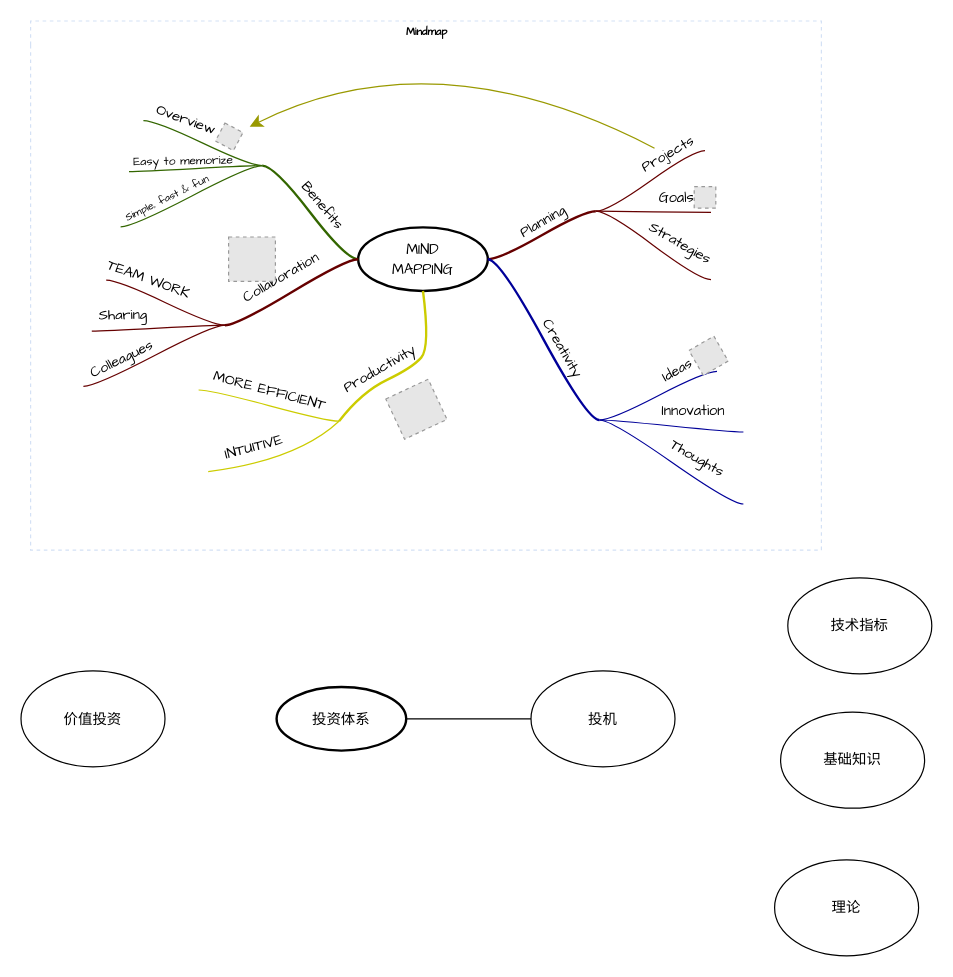
This is 未命名绘图.drawio from nyuehe/drawio-storage, a draw.io file, before an edit. Source tidied: cells renumbered, new cells numbered last; positions are measured from the earlier drawing's top-left corner, leaving out a move shared by most shapes. Both pictures are drawn from the tidied source at 120%, with x=0, y=0 at pixel (20, 20). Pictures stored in the file or linked from it are replaced by grey dashed boxes.
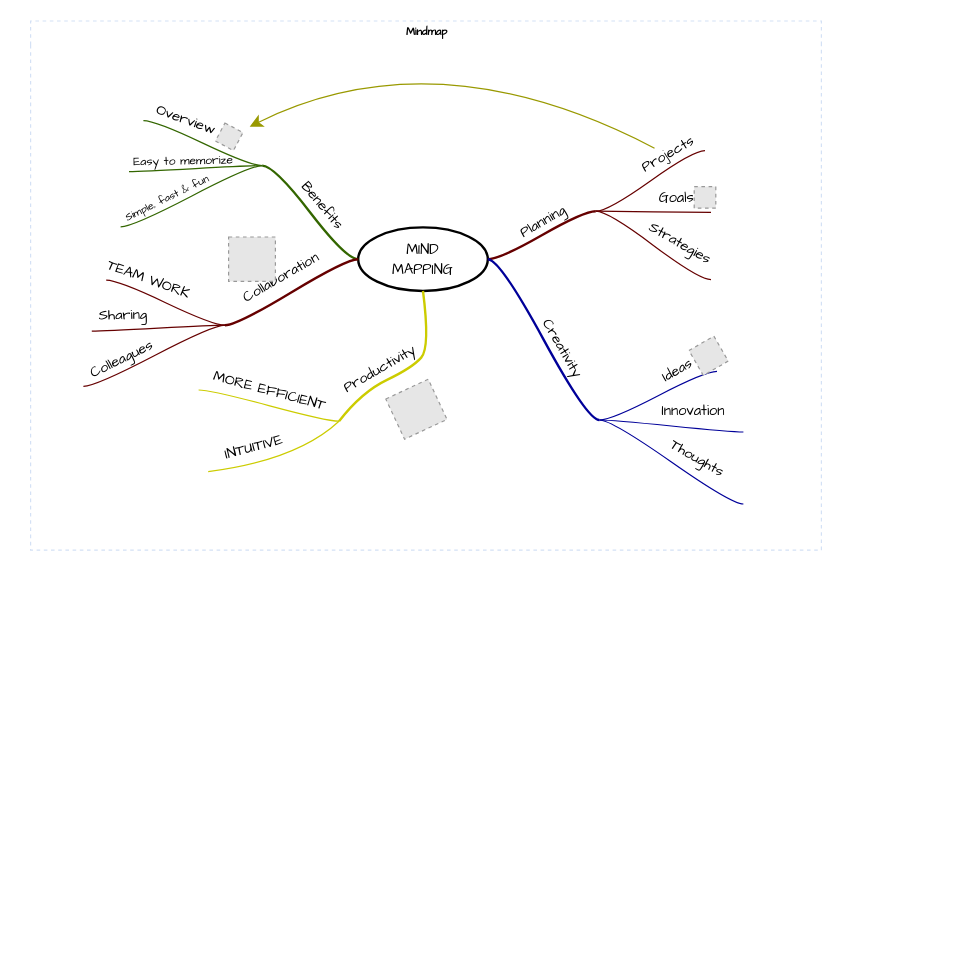
Above is the later version.

Commit message:
更新未命名绘图.drawio

The edit, as a diff of the source:
```diff
@@
-    <mxCell id="72" value="&lt;font face=&quot;Comic Sans MS&quot;&gt;投资体系&lt;/font&gt;" style="ellipse;whiteSpace=wrap;html=1;align=center;strokeWidth=2;" parent="1" vertex="1">
-      <mxGeometry x="213" y="555" width="108" height="53" as="geometry" />
-    </mxCell>
-    <mxCell id="73" value="价值投资" style="ellipse;whiteSpace=wrap;html=1;" parent="1" vertex="1">
-      <mxGeometry y="541.5" width="120" height="80" as="geometry" />
-    </mxCell>
-    <mxCell id="74" value="投机" style="ellipse;whiteSpace=wrap;html=1;" parent="1" vertex="1">
-      <mxGeometry x="425" y="541.5" width="120" height="80" as="geometry" />
-    </mxCell>
-    <mxCell id="75" value="技术指标" style="ellipse;whiteSpace=wrap;html=1;" parent="1" vertex="1">
-      <mxGeometry x="639" y="464" width="120" height="80" as="geometry" />
-    </mxCell>
-    <mxCell id="76" style="endArrow=none;html=1;rounded=0;exitX=1;exitY=0.5;exitDx=0;exitDy=0;entryX=0;entryY=0.5;entryDx=0;entryDy=0;" parent="1" edge="1" source="72" target="74">
-      <mxGeometry relative="1" as="geometry" />
-    </mxCell>
-    <mxCell id="77" value="基础知识" style="ellipse;whiteSpace=wrap;html=1;" parent="1" vertex="1">
-      <mxGeometry x="633" y="576" width="120" height="80" as="geometry" />
-    </mxCell>
-    <mxCell id="78" value="理论" style="ellipse;whiteSpace=wrap;html=1;" parent="1" vertex="1">
-      <mxGeometry x="628" y="699" width="120" height="80" as="geometry" />
-    </mxCell>
```
